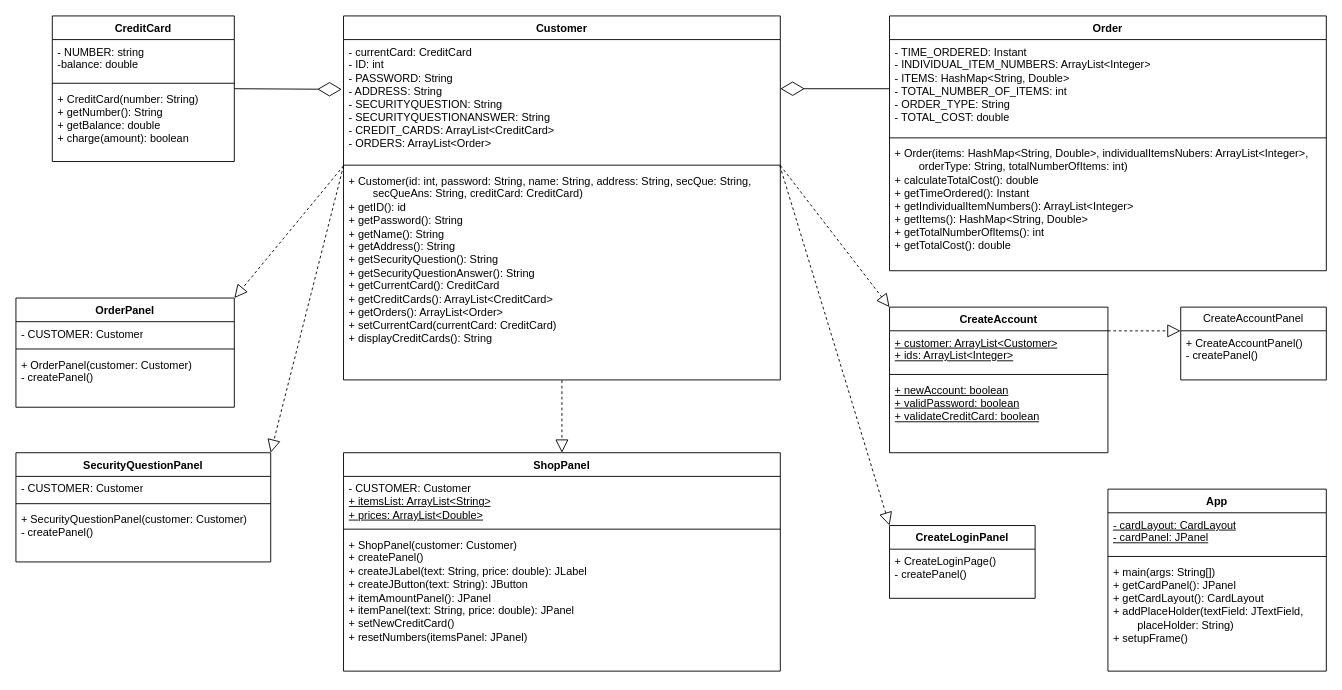
Before: COS_GUI_UML.drawio in crapeter/UMLs, a draw.io diagram. Source tidied: cells renumbered, new cells numbered last; positions are measured from the earlier drawing's top-left corner, leaving out a move shared by most shapes. Both pictures are drawn from the tidied source at 91%, with x=0, y=0 at pixel (15, 15).
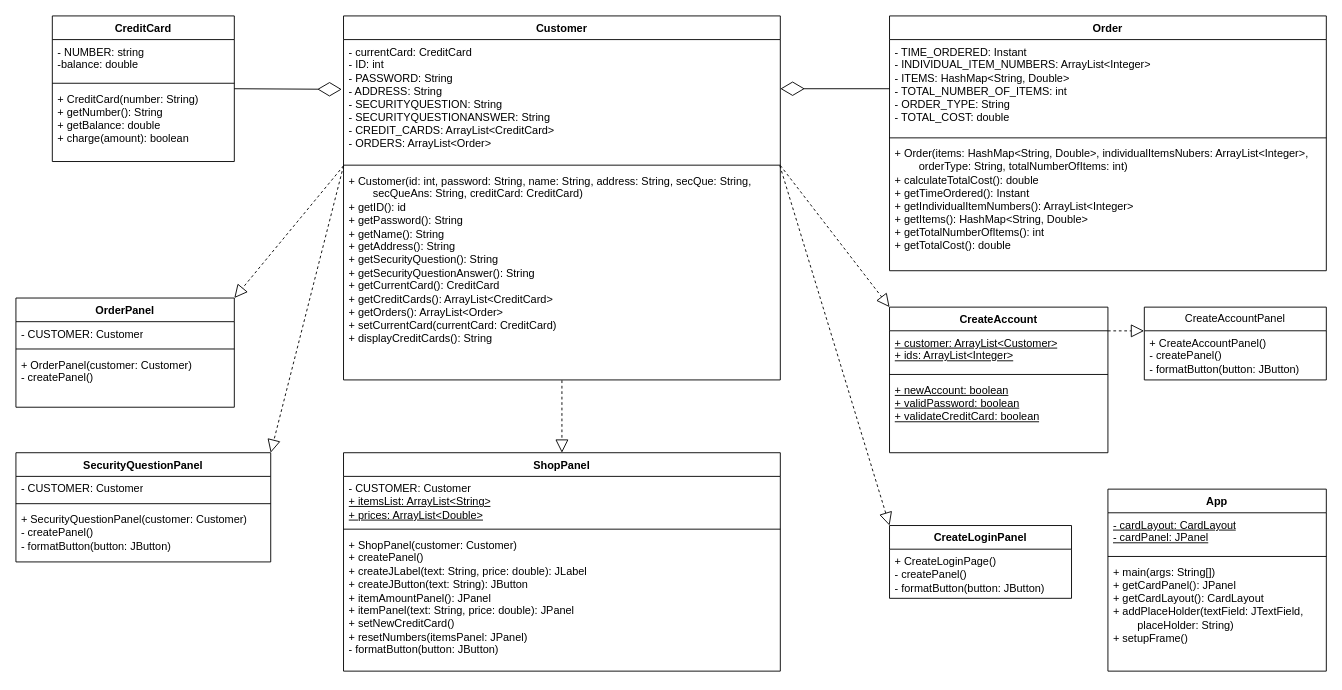
After the change.

Unchanged cells that the change refers to:
```xml
<mxCell id="26" value="SecurityQuestionPanel" style="swimlane;fontStyle=1;align=center;verticalAlign=top;horizontal=1;startSize=26;whiteSpace=wrap;html=1;" parent="1" vertex="1">
  <mxGeometry y="480" width="280" height="120" as="geometry" />
</mxCell>
<mxCell id="30" value="ShopPanel" style="swimlane;fontStyle=1;align=center;verticalAlign=top;horizontal=1;startSize=26;whiteSpace=wrap;html=1;" parent="1" vertex="1">
  <mxGeometry x="360" y="480" width="480" height="240" as="geometry" />
</mxCell>
```

The edit, as a diff of the source:
```diff
@@
     <mxCell id="6" value="CreateLoginPanel" style="swimlane;fontStyle=1;align=center;verticalAlign=top;horizontal=1;startSize=26;whiteSpace=wrap;html=1;" parent="1" vertex="1">
-      <mxGeometry x="960" y="560" width="160" height="80" as="geometry" />
+      <mxGeometry x="960" y="560" width="200" height="80" as="geometry" />
     </mxCell>
-    <mxCell id="7" value="&lt;div&gt;+ CreateLoginPage()&lt;/div&gt;&lt;div&gt;- createPanel()&lt;br&gt;&lt;/div&gt;" style="text;strokeColor=none;fillColor=none;align=left;verticalAlign=top;spacingLeft=4;spacingRight=4;overflow=hidden;whiteSpace=wrap;html=1;" parent="6" vertex="1">
-      <mxGeometry y="26" width="160" height="54" as="geometry" />
+    <mxCell id="7" value="&lt;div&gt;+ CreateLoginPage()&lt;/div&gt;&lt;div&gt;- createPanel()&lt;br&gt;&lt;/div&gt;&lt;div&gt;- formatButton(button: JButton)&lt;br&gt;&lt;/div&gt;" style="text;strokeColor=none;fillColor=none;align=left;verticalAlign=top;spacingLeft=4;spacingRight=4;overflow=hidden;whiteSpace=wrap;html=1;" parent="6" vertex="1">
+      <mxGeometry y="26" width="200" height="54" as="geometry" />
     </mxCell>
     <mxCell id="8" value="CreateAccountPanel" style="swimlane;fontStyle=0;horizontal=1;startSize=26;fillColor=none;whiteSpace=wrap;html=1;" parent="1" vertex="1">
-      <mxGeometry x="1280" y="320" width="160" height="80" as="geometry" />
+      <mxGeometry x="1240" y="320" width="200" height="80" as="geometry" />
     </mxCell>
-    <mxCell id="9" value="&lt;div&gt;+ CreateAccountPanel()&lt;/div&gt;&lt;div&gt;- createPanel()&lt;br&gt;&lt;/div&gt;" style="text;strokeColor=none;fillColor=none;align=left;verticalAlign=top;spacingLeft=4;spacingRight=4;overflow=hidden;points=[[0,0.5],[1,0.5]];portConstraint=eastwest;whiteSpace=wrap;html=1;" parent="8" vertex="1">
-      <mxGeometry y="26" width="160" height="54" as="geometry" />
+    <mxCell id="9" value="&lt;div&gt;+ CreateAccountPanel()&lt;/div&gt;&lt;div&gt;- createPanel()&lt;/div&gt;&lt;div&gt;- formatButton(button: JButton)&lt;br&gt;&lt;/div&gt;" style="text;strokeColor=none;fillColor=none;align=left;verticalAlign=top;spacingLeft=4;spacingRight=4;overflow=hidden;points=[[0,0.5],[1,0.5]];portConstraint=eastwest;whiteSpace=wrap;html=1;" parent="8" vertex="1">
+      <mxGeometry y="26" width="200" height="54" as="geometry" />
     </mxCell>
@@
-    <mxCell id="29" value="&lt;div&gt;+ SecurityQuestionPanel(customer: Customer)&lt;/div&gt;&lt;div&gt;- createPanel()&lt;br&gt;&lt;/div&gt;" style="text;strokeColor=none;fillColor=none;align=left;verticalAlign=top;spacingLeft=4;spacingRight=4;overflow=hidden;whiteSpace=wrap;html=1;" parent="26" vertex="1">
+    <mxCell id="29" value="&lt;div&gt;+ SecurityQuestionPanel(customer: Customer)&lt;/div&gt;&lt;div&gt;- createPanel()&lt;br&gt;&lt;/div&gt;&lt;div&gt;- formatButton(button: JButton)&lt;br&gt;&lt;/div&gt;" style="text;strokeColor=none;fillColor=none;align=left;verticalAlign=top;spacingLeft=4;spacingRight=4;overflow=hidden;whiteSpace=wrap;html=1;" parent="26" vertex="1">
       <mxGeometry y="60" width="280" height="60" as="geometry" />
     </mxCell>
@@
-    <mxCell id="33" value="&lt;div&gt;+ ShopPanel(customer: Customer)&lt;/div&gt;&lt;div&gt;+ createPanel()&lt;/div&gt;&lt;div&gt;+ createJLabel(text: String, price: double): JLabel&lt;/div&gt;&lt;div&gt;+ createJButton(text: String): JButton&lt;/div&gt;&lt;div&gt;+ itemAmountPanel(): JPanel&lt;/div&gt;&lt;div&gt;+ itemPanel(text: String, price: double): JPanel&lt;/div&gt;&lt;div&gt;+ setNewCreditCard()&lt;/div&gt;&lt;div&gt;+ resetNumbers(itemsPanel: JPanel)&lt;br&gt;&lt;/div&gt;" style="text;strokeColor=none;fillColor=none;align=left;verticalAlign=top;spacingLeft=4;spacingRight=4;overflow=hidden;whiteSpace=wrap;html=1;" parent="30" vertex="1">
+    <mxCell id="33" value="&lt;div&gt;+ ShopPanel(customer: Customer)&lt;/div&gt;&lt;div&gt;+ createPanel()&lt;/div&gt;&lt;div&gt;+ createJLabel(text: String, price: double): JLabel&lt;/div&gt;&lt;div&gt;+ createJButton(text: String): JButton&lt;/div&gt;&lt;div&gt;+ itemAmountPanel(): JPanel&lt;/div&gt;&lt;div&gt;+ itemPanel(text: String, price: double): JPanel&lt;/div&gt;&lt;div&gt;+ setNewCreditCard()&lt;/div&gt;&lt;div&gt;+ resetNumbers(itemsPanel: JPanel)&lt;/div&gt;&lt;div&gt;- formatButton(button: JButton)&lt;br&gt;&lt;/div&gt;" style="text;strokeColor=none;fillColor=none;align=left;verticalAlign=top;spacingLeft=4;spacingRight=4;overflow=hidden;whiteSpace=wrap;html=1;" parent="30" vertex="1">
       <mxGeometry y="88" width="480" height="152" as="geometry" />
     </mxCell>
```
